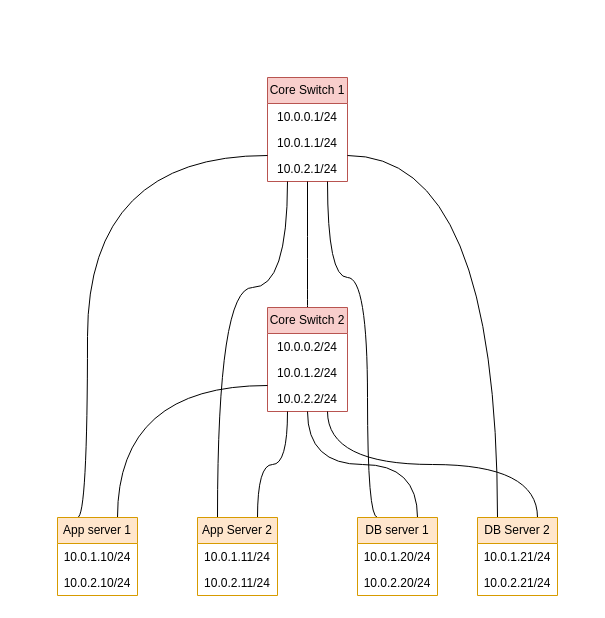
This is page "datacenter" (4 of 5) of networks.drawio from buginga/Course_Project_CS536, a draw.io file, before an edit. Source tidied: cells renumbered, new cells numbered last; positions are measured from the earlier drawing's top-left corner, leaving out a move shared by most shapes. Both pictures are drawn from the tidied source at 100%, with x=0, y=0 at pixel (57, 77).
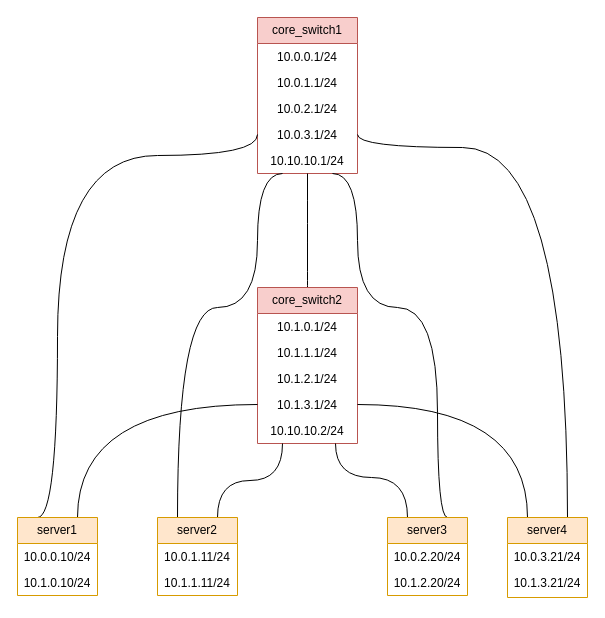
The same diagram, later.

Change to the diagram source:
```diff
@@
-    <mxCell id="2" value="Core Switch 1" style="swimlane;fontStyle=0;horizontal=1;startSize=26;fillColor=#f8cecc;whiteSpace=wrap;html=1;strokeColor=#b85450;" parent="1" vertex="1">
-      <mxGeometry x="210" width="80" height="104" as="geometry" />
+    <mxCell id="2" value="core_switch1" style="swimlane;fontStyle=0;horizontal=1;startSize=26;fillColor=#f8cecc;whiteSpace=wrap;html=1;strokeColor=#b85450;" parent="1" vertex="1">
+      <mxGeometry x="200" y="-60" width="100" height="156" as="geometry" />
     </mxCell>
     <mxCell id="3" value="10.0.0.1/24" style="text;strokeColor=none;fillColor=none;align=center;verticalAlign=top;spacingLeft=4;spacingRight=4;overflow=hidden;whiteSpace=wrap;html=1;" parent="2" vertex="1">
-      <mxGeometry y="26" width="80" height="26" as="geometry" />
+      <mxGeometry y="26" width="100" height="26" as="geometry" />
     </mxCell>
     <mxCell id="4" value="10.0.1.1/24" style="text;strokeColor=none;fillColor=none;align=center;verticalAlign=top;spacingLeft=4;spacingRight=4;overflow=hidden;whiteSpace=wrap;html=1;" parent="2" vertex="1">
-      <mxGeometry y="52" width="80" height="26" as="geometry" />
+      <mxGeometry y="52" width="100" height="26" as="geometry" />
     </mxCell>
     <mxCell id="5" value="10.0.2.1/24" style="text;strokeColor=none;fillColor=none;align=center;verticalAlign=top;spacingLeft=4;spacingRight=4;overflow=hidden;whiteSpace=wrap;html=1;" parent="2" vertex="1">
-      <mxGeometry y="78" width="80" height="26" as="geometry" />
+      <mxGeometry y="78" width="100" height="26" as="geometry" />
     </mxCell>
+    <mxCell id="31" value="10.0.3.1/24" style="text;strokeColor=none;fillColor=none;align=center;verticalAlign=top;spacingLeft=4;spacingRight=4;overflow=hidden;whiteSpace=wrap;html=1;" parent="2" vertex="1">
+      <mxGeometry y="104" width="100" height="26" as="geometry" />
+    </mxCell>
+    <mxCell id="32" value="10.10.10.1/24" style="text;strokeColor=none;fillColor=none;align=center;verticalAlign=top;spacingLeft=4;spacingRight=4;overflow=hidden;whiteSpace=wrap;html=1;" parent="2" vertex="1">
+      <mxGeometry y="130" width="100" height="26" as="geometry" />
+    </mxCell>
@@
-    <mxCell id="7" value="Core Switch 2" style="swimlane;fontStyle=0;horizontal=1;startSize=26;fillColor=#f8cecc;whiteSpace=wrap;html=1;strokeColor=#b85450;" parent="1" vertex="1">
-      <mxGeometry x="210" y="230" width="80" height="104" as="geometry" />
+    <mxCell id="7" value="core_switch2" style="swimlane;fontStyle=0;horizontal=1;startSize=26;fillColor=#f8cecc;whiteSpace=wrap;html=1;strokeColor=#b85450;" parent="1" vertex="1">
+      <mxGeometry x="200" y="210" width="100" height="156" as="geometry" />
     </mxCell>
-    <mxCell id="8" value="10.0.0.2/24" style="text;strokeColor=none;fillColor=none;align=center;verticalAlign=top;spacingLeft=4;spacingRight=4;overflow=hidden;whiteSpace=wrap;html=1;" parent="7" vertex="1">
-      <mxGeometry y="26" width="80" height="26" as="geometry" />
+    <mxCell id="8" value="10.1.0.1/24" style="text;strokeColor=none;fillColor=none;align=center;verticalAlign=top;spacingLeft=4;spacingRight=4;overflow=hidden;whiteSpace=wrap;html=1;" parent="7" vertex="1">
+      <mxGeometry y="26" width="100" height="26" as="geometry" />
     </mxCell>
-    <mxCell id="9" value="10.0.1.2/24" style="text;strokeColor=none;fillColor=none;align=center;verticalAlign=top;spacingLeft=4;spacingRight=4;overflow=hidden;whiteSpace=wrap;html=1;" parent="7" vertex="1">
-      <mxGeometry y="52" width="80" height="26" as="geometry" />
+    <mxCell id="9" value="10.1.1.1/24" style="text;strokeColor=none;fillColor=none;align=center;verticalAlign=top;spacingLeft=4;spacingRight=4;overflow=hidden;whiteSpace=wrap;html=1;" parent="7" vertex="1">
+      <mxGeometry y="52" width="100" height="26" as="geometry" />
     </mxCell>
-    <mxCell id="10" value="10.0.2.2/24" style="text;strokeColor=none;fillColor=none;align=center;verticalAlign=top;spacingLeft=4;spacingRight=4;overflow=hidden;whiteSpace=wrap;html=1;" parent="7" vertex="1">
-      <mxGeometry y="78" width="80" height="26" as="geometry" />
+    <mxCell id="10" value="10.1.2.1/24" style="text;strokeColor=none;fillColor=none;align=center;verticalAlign=top;spacingLeft=4;spacingRight=4;overflow=hidden;whiteSpace=wrap;html=1;" parent="7" vertex="1">
+      <mxGeometry y="78" width="100" height="26" as="geometry" />
     </mxCell>
+    <mxCell id="33" value="10.1.3.1/24" style="text;strokeColor=none;fillColor=none;align=center;verticalAlign=top;spacingLeft=4;spacingRight=4;overflow=hidden;points=[[0,0.5],[1,0.5]];portConstraint=eastwest;whiteSpace=wrap;html=1;" parent="7" vertex="1">
+      <mxGeometry y="104" width="100" height="26" as="geometry" />
+    </mxCell>
+    <mxCell id="34" value="10.10.10.2/24" style="text;strokeColor=none;fillColor=none;align=center;verticalAlign=top;spacingLeft=4;spacingRight=4;overflow=hidden;points=[[0,0.5],[1,0.5]];portConstraint=eastwest;whiteSpace=wrap;html=1;" parent="7" vertex="1">
+      <mxGeometry y="130" width="100" height="26" as="geometry" />
+    </mxCell>
@@
     <mxCell id="12" style="edgeStyle=orthogonalEdgeStyle;rounded=0;jettySize=auto;html=1;exitX=0.25;exitY=0;exitDx=0;exitDy=0;curved=1;entryX=0;entryY=0.75;entryDx=0;entryDy=0;endArrow=none;endFill=0;" parent="1" edge="1" source="13" target="2">
       <mxGeometry relative="1" as="geometry">
         <Array as="points">
-          <mxPoint x="30" y="440" />
-          <mxPoint x="30" y="78" />
+          <mxPoint y="440" />
+          <mxPoint y="78" />
+          <mxPoint x="200" y="78" />
         </Array>
       </mxGeometry>
     </mxCell>
-    <mxCell id="13" value="App server 1" style="swimlane;fontStyle=0;horizontal=1;startSize=26;fillColor=#ffe6cc;whiteSpace=wrap;html=1;strokeColor=#d79b00;" parent="1" vertex="1">
-      <mxGeometry y="440" width="80" height="78" as="geometry" />
+    <mxCell id="13" value="server1" style="swimlane;fontStyle=0;horizontal=1;startSize=26;fillColor=#ffe6cc;whiteSpace=wrap;html=1;strokeColor=#d79b00;" parent="1" vertex="1">
+      <mxGeometry x="-40" y="440" width="80" height="78" as="geometry" />
     </mxCell>
-    <mxCell id="14" value="10.0.1.10/24" style="text;strokeColor=none;fillColor=none;align=center;verticalAlign=top;spacingLeft=4;spacingRight=4;overflow=hidden;whiteSpace=wrap;html=1;" parent="13" vertex="1">
+    <mxCell id="14" value="10.0.0.10/24" style="text;strokeColor=none;fillColor=none;align=center;verticalAlign=top;spacingLeft=4;spacingRight=4;overflow=hidden;whiteSpace=wrap;html=1;" parent="13" vertex="1">
       <mxGeometry y="26" width="80" height="26" as="geometry" />
     </mxCell>
-    <mxCell id="15" value="10.0.2.10/24" style="text;strokeColor=none;fillColor=none;align=center;verticalAlign=top;spacingLeft=4;spacingRight=4;overflow=hidden;whiteSpace=wrap;html=1;" parent="13" vertex="1">
+    <mxCell id="15" value="10.1.0.10/24" style="text;strokeColor=none;fillColor=none;align=center;verticalAlign=top;spacingLeft=4;spacingRight=4;overflow=hidden;whiteSpace=wrap;html=1;" parent="13" vertex="1">
       <mxGeometry y="52" width="80" height="26" as="geometry" />
     </mxCell>
@@
     <mxCell id="17" style="edgeStyle=orthogonalEdgeStyle;rounded=0;jettySize=auto;html=1;exitX=0.25;exitY=0;exitDx=0;exitDy=0;entryX=0.25;entryY=1;entryDx=0;entryDy=0;curved=1;endArrow=none;endFill=0;" parent="1" edge="1" source="18" target="2">
       <mxGeometry relative="1" as="geometry">
         <Array as="points">
-          <mxPoint x="160" y="210" />
-          <mxPoint x="230" y="210" />
+          <mxPoint x="120" y="230" />
+          <mxPoint x="200" y="230" />
+          <mxPoint x="200" y="96" />
         </Array>
       </mxGeometry>
     </mxCell>
-    <mxCell id="18" value="App Server 2" style="swimlane;fontStyle=0;horizontal=1;startSize=26;fillColor=#ffe6cc;whiteSpace=wrap;html=1;strokeColor=#d79b00;" parent="1" vertex="1">
-      <mxGeometry x="140" y="440" width="80" height="78" as="geometry" />
+    <mxCell id="18" value="server2" style="swimlane;fontStyle=0;horizontal=1;startSize=26;fillColor=#ffe6cc;whiteSpace=wrap;html=1;strokeColor=#d79b00;" parent="1" vertex="1">
+      <mxGeometry x="100" y="440" width="80" height="78" as="geometry" />
     </mxCell>
@@
-    <mxCell id="20" value="10.0.2.11/24" style="text;strokeColor=none;fillColor=none;align=center;verticalAlign=top;spacingLeft=4;spacingRight=4;overflow=hidden;whiteSpace=wrap;html=1;" parent="18" vertex="1">
+    <mxCell id="20" value="10.1.1.11/24" style="text;strokeColor=none;fillColor=none;align=center;verticalAlign=top;spacingLeft=4;spacingRight=4;overflow=hidden;whiteSpace=wrap;html=1;" parent="18" vertex="1">
       <mxGeometry y="52" width="80" height="26" as="geometry" />
     </mxCell>
-    <mxCell id="21" style="edgeStyle=orthogonalEdgeStyle;rounded=0;jettySize=auto;html=1;exitX=0.75;exitY=0;exitDx=0;exitDy=0;entryX=0.5;entryY=1;entryDx=0;entryDy=0;curved=1;endArrow=none;endFill=0;" parent="1" edge="1" source="23" target="7">
-      <mxGeometry relative="1" as="geometry" />
+    <mxCell id="21" style="edgeStyle=orthogonalEdgeStyle;rounded=0;jettySize=auto;html=1;exitX=0.25;exitY=0;exitDx=0;exitDy=0;curved=1;endArrow=none;endFill=0;" parent="1" edge="1" source="23" target="34">
+      <mxGeometry relative="1" as="geometry">
+        <Array as="points">
+          <mxPoint x="350" y="400" />
+          <mxPoint x="278" y="400" />
+        </Array>
+      </mxGeometry>
     </mxCell>
-    <mxCell id="22" style="edgeStyle=orthogonalEdgeStyle;rounded=0;jettySize=auto;html=1;exitX=0.25;exitY=0;exitDx=0;exitDy=0;entryX=0.75;entryY=1;entryDx=0;entryDy=0;curved=1;endArrow=none;endFill=0;" parent="1" edge="1" source="23" target="2">
+    <mxCell id="22" style="edgeStyle=orthogonalEdgeStyle;rounded=0;jettySize=auto;html=1;entryX=0.75;entryY=1;entryDx=0;entryDy=0;curved=1;endArrow=none;endFill=0;exitX=0.75;exitY=0;exitDx=0;exitDy=0;" parent="1" edge="1" source="23" target="2">
       <mxGeometry relative="1" as="geometry">
         <Array as="points">
-          <mxPoint x="310" y="440" />
-          <mxPoint x="310" y="200" />
-          <mxPoint x="270" y="200" />
+          <mxPoint x="380" y="440" />
+          <mxPoint x="380" y="230" />
+          <mxPoint x="300" y="230" />
+          <mxPoint x="300" y="96" />
         </Array>
       </mxGeometry>
     </mxCell>
-    <mxCell id="23" value="DB server 1" style="swimlane;fontStyle=0;horizontal=1;startSize=26;fillColor=#ffe6cc;whiteSpace=wrap;html=1;strokeColor=#d79b00;" parent="1" vertex="1">
-      <mxGeometry x="300" y="440" width="80" height="78" as="geometry" />
+    <mxCell id="23" value="server3" style="swimlane;fontStyle=0;horizontal=1;startSize=26;fillColor=#ffe6cc;whiteSpace=wrap;html=1;strokeColor=#d79b00;" parent="1" vertex="1">
+      <mxGeometry x="330" y="440" width="80" height="78" as="geometry" />
     </mxCell>
-    <mxCell id="24" value="10.0.1.20/24" style="text;strokeColor=none;fillColor=none;align=center;verticalAlign=top;spacingLeft=4;spacingRight=4;overflow=hidden;whiteSpace=wrap;html=1;" parent="23" vertex="1">
+    <mxCell id="24" value="10.0.2.20/24" style="text;strokeColor=none;fillColor=none;align=center;verticalAlign=top;spacingLeft=4;spacingRight=4;overflow=hidden;whiteSpace=wrap;html=1;" parent="23" vertex="1">
       <mxGeometry y="26" width="80" height="26" as="geometry" />
     </mxCell>
-    <mxCell id="25" value="10.0.2.20/24" style="text;strokeColor=none;fillColor=none;align=center;verticalAlign=top;spacingLeft=4;spacingRight=4;overflow=hidden;whiteSpace=wrap;html=1;" parent="23" vertex="1">
+    <mxCell id="25" value="10.1.2.20/24" style="text;strokeColor=none;fillColor=none;align=center;verticalAlign=top;spacingLeft=4;spacingRight=4;overflow=hidden;whiteSpace=wrap;html=1;" parent="23" vertex="1">
       <mxGeometry y="52" width="80" height="26" as="geometry" />
     </mxCell>
-    <mxCell id="26" style="edgeStyle=orthogonalEdgeStyle;rounded=0;jettySize=auto;html=1;exitX=0.75;exitY=0;exitDx=0;exitDy=0;entryX=0.75;entryY=1;entryDx=0;entryDy=0;curved=1;endArrow=none;endFill=0;" parent="1" edge="1" source="28" target="7">
-      <mxGeometry relative="1" as="geometry" />
+    <mxCell id="26" style="edgeStyle=orthogonalEdgeStyle;rounded=0;jettySize=auto;html=1;exitX=0.25;exitY=0;exitDx=0;exitDy=0;entryX=1;entryY=0.5;entryDx=0;entryDy=0;curved=1;endArrow=none;endFill=0;" parent="1" edge="1" source="28" target="33">
+      <mxGeometry relative="1" as="geometry">
+        <Array as="points">
+          <mxPoint x="470" y="327" />
+        </Array>
+      </mxGeometry>
     </mxCell>
-    <mxCell id="27" style="edgeStyle=orthogonalEdgeStyle;rounded=0;jettySize=auto;html=1;exitX=0.25;exitY=0;exitDx=0;exitDy=0;curved=1;entryX=1;entryY=0.75;entryDx=0;entryDy=0;endArrow=none;endFill=0;" parent="1" edge="1" source="28" target="2">
+    <mxCell id="27" style="edgeStyle=orthogonalEdgeStyle;rounded=0;jettySize=auto;html=1;exitX=0.75;exitY=0;exitDx=0;exitDy=0;curved=1;entryX=1;entryY=0.75;entryDx=0;entryDy=0;endArrow=none;endFill=0;" parent="1" edge="1" source="28" target="2">
       <mxGeometry relative="1" as="geometry">
         <Array as="points">
-          <mxPoint x="440" y="78" />
+          <mxPoint x="510" y="70" />
+          <mxPoint x="300" y="70" />
         </Array>
       </mxGeometry>
     </mxCell>
-    <mxCell id="28" value="DB Server 2" style="swimlane;fontStyle=0;horizontal=1;startSize=26;fillColor=#ffe6cc;whiteSpace=wrap;html=1;strokeColor=#d79b00;" parent="1" vertex="1">
-      <mxGeometry x="420" y="440" width="80" height="78" as="geometry" />
+    <mxCell id="28" value="server4" style="swimlane;fontStyle=0;horizontal=1;startSize=26;fillColor=#ffe6cc;whiteSpace=wrap;html=1;strokeColor=#d79b00;" parent="1" vertex="1">
+      <mxGeometry x="450" y="440" width="80" height="80" as="geometry" />
     </mxCell>
-    <mxCell id="29" value="10.0.1.21/24" style="text;strokeColor=none;fillColor=none;align=center;verticalAlign=top;spacingLeft=4;spacingRight=4;overflow=hidden;whiteSpace=wrap;html=1;" parent="28" vertex="1">
+    <mxCell id="29" value="10.0.3.21/24" style="text;strokeColor=none;fillColor=none;align=center;verticalAlign=top;spacingLeft=4;spacingRight=4;overflow=hidden;whiteSpace=wrap;html=1;" parent="28" vertex="1">
       <mxGeometry y="26" width="80" height="26" as="geometry" />
     </mxCell>
-    <mxCell id="30" value="10.0.2.21/24" style="text;strokeColor=none;fillColor=none;align=center;verticalAlign=top;spacingLeft=4;spacingRight=4;overflow=hidden;whiteSpace=wrap;html=1;" parent="28" vertex="1">
-      <mxGeometry y="52" width="80" height="26" as="geometry" />
+    <mxCell id="30" value="10.1.3.21/24" style="text;strokeColor=none;fillColor=none;align=center;verticalAlign=top;spacingLeft=4;spacingRight=4;overflow=hidden;whiteSpace=wrap;html=1;" parent="28" vertex="1">
+      <mxGeometry y="52" width="80" height="28" as="geometry" />
     </mxCell>
```
